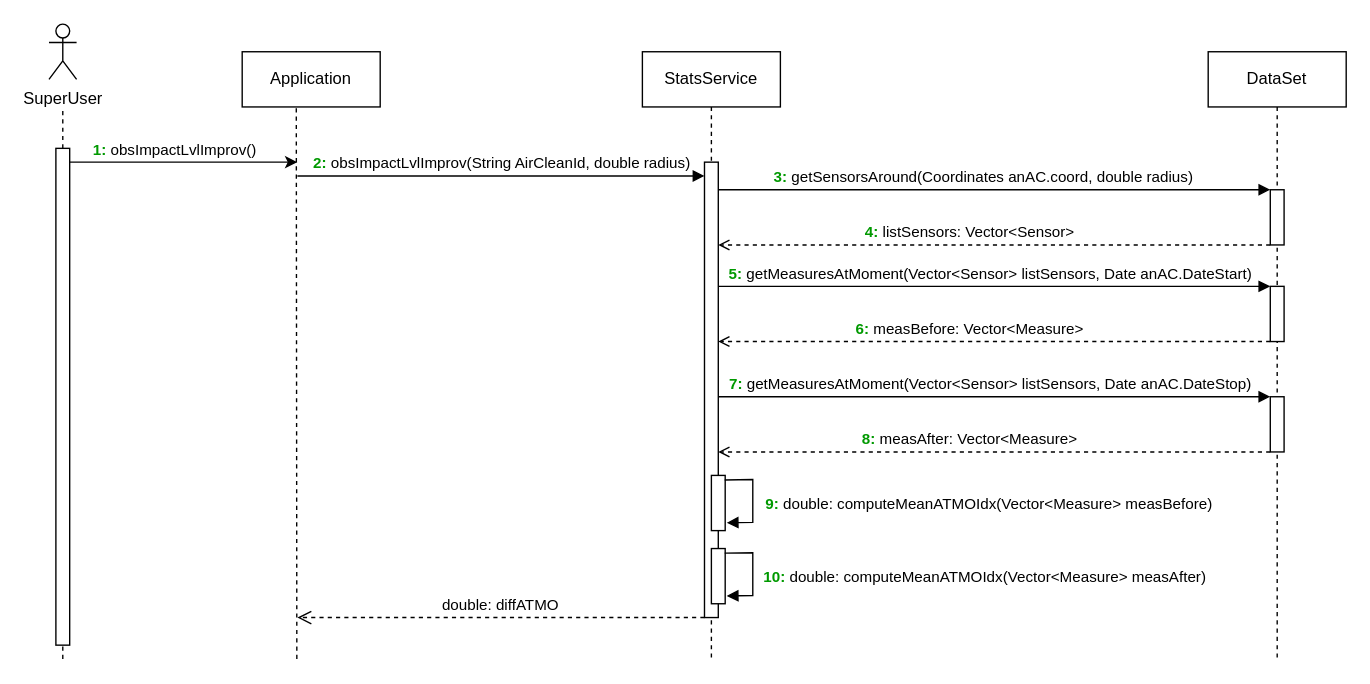
Before: UML stuff/seqDiagObsImpLvl.drawio in NourJadiri/AirWatcher, a draw.io diagram. Source tidied: cells renumbered, new cells numbered last; positions are measured from the earlier drawing's top-left corner, leaving out a move shared by most shapes. Both pictures are drawn from the tidied source at 138%, with x=0, y=0 at pixel (48, 23).
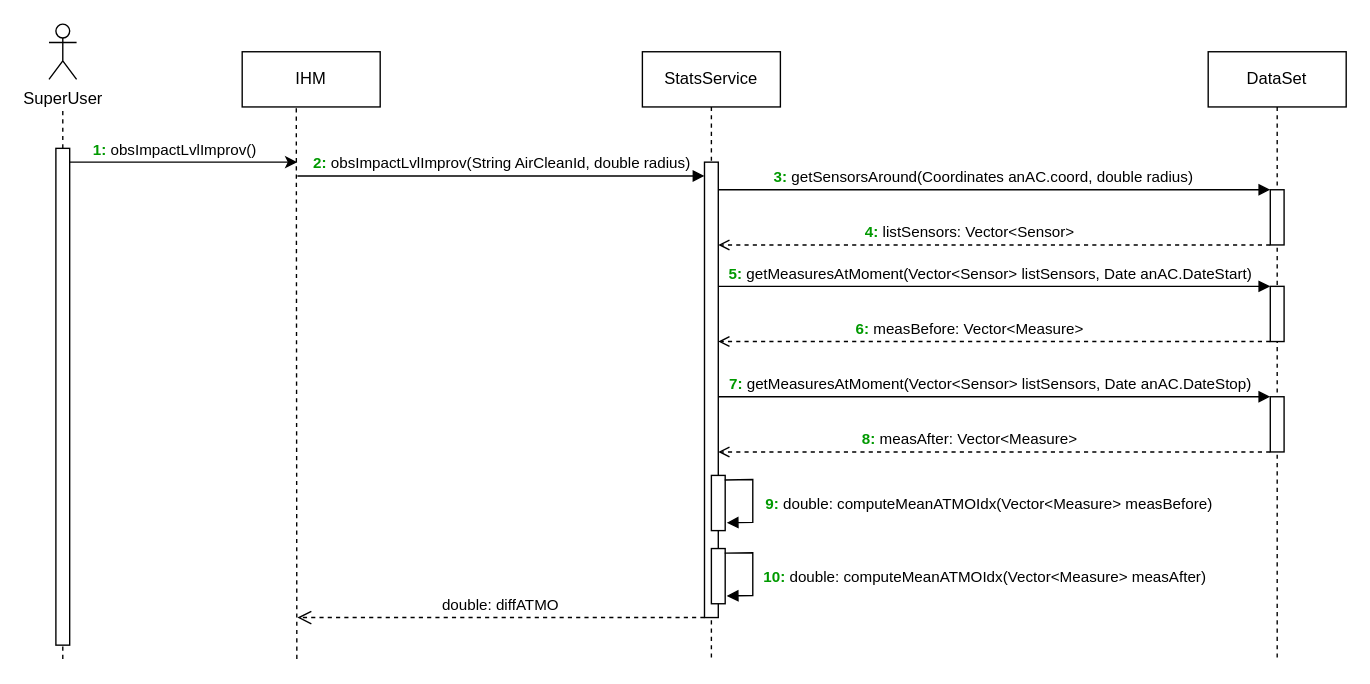
The same diagram, later.

Commit message:
Mettre à jour seqDiagObsImpLvl.drawio

Diff of the diagram source:
```diff
@@
-    <mxCell id="33" value="Application" style="rounded=0;whiteSpace=wrap;html=1;" parent="1" vertex="1">
+    <mxCell id="33" value="IHM" style="rounded=0;whiteSpace=wrap;html=1;" parent="1" vertex="1">
       <mxGeometry x="140" y="20" width="100" height="40" as="geometry" />
     </mxCell>
```
